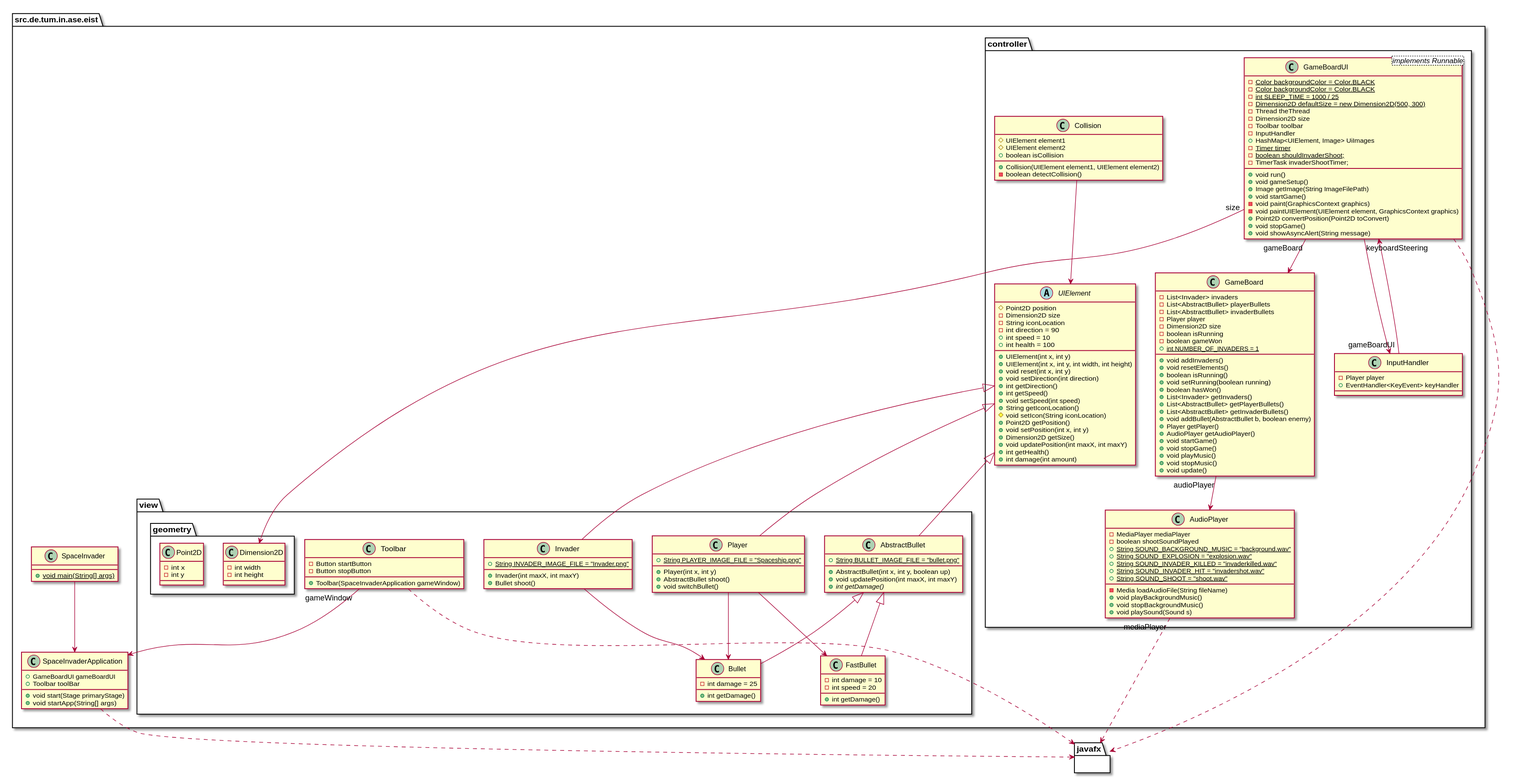
Earlier version of the PlantUML export diagrams/class_diagram/SpaceInvaderClassDiagram.svg (jannismain/tum-eist-ss20-tum-invaders). Source of this version:
```plantuml
@startuml SpaceInvaderClassDiagram

package src.de.tum.in.ase.eist {

class SpaceInvader {
  + {static} void main(String[] args)
}
class SpaceInvaderApplication {
    + GameBoardUI gameBoardUI
    + Toolbar toolBar
    + void start(Stage primaryStage)
    + void startApp(String[] args)
}
SpaceInvader --> SpaceInvaderApplication
SpaceInvaderApplication ..> javafx

package "controller" {
    class GameBoard {
        - List<Invader> invaders
        - List<AbstractBullet> playerBullets
        - List<AbstractBullet> invaderBullets
        - Player player
        - Dimension2D size
        - boolean isRunning
        - boolean gameWon
        + {static} int NUMBER_OF_INVADERS = 1
        + void addInvaders()
        + void resetElements()
        + boolean isRunning()
        + void setRunning(boolean running)
        + boolean hasWon()
        + List<Invader> getInvaders()
        + List<AbstractBullet> getPlayerBullets()
        + List<AbstractBullet> getInvaderBullets()
        + void addBullet(AbstractBullet b, boolean enemy)
        + Player getPlayer()
        + AudioPlayer getAudioPlayer()
        + void startGame()
        + void stopGame()
        + void playMusic()
        + void stopMusic()
        + void update()
    }
    GameBoard "audioPlayer" --> AudioPlayer

    class InputHandler {
        - Player player
        + EventHandler<KeyEvent> keyHandler
    }
    InputHandler "gameBoardUI" --> GameBoardUI
    class AudioPlayer {
        - MediaPlayer mediaPlayer
        - boolean shootSoundPlayed
        + {static} String SOUND_BACKGROUND_MUSIC = "background.wav"
        + {static} String SOUND_EXPLOSION = "explosion.wav"
        + {static} String SOUND_INVADER_KILLED = "invaderkilled.wav"
        + {static} String SOUND_INVADER_HIT = "invadershot.wav"
        + {static} String SOUND_SHOOT = "shoot.wav"
        - Media loadAudioFile(String fileName)
        + void playBackgroundMusic()
        + void stopBackgroundMusic()
        + void playSound(Sound s)

    }
    AudioPlayer "mediaPlayer" ..> javafx
    class Collision {
        # UIElement element1
        # UIElement element2
        + boolean isCollision
        + Collision(UIElement element1, UIElement element2)
        - boolean detectCollision()
    }
    Collision --> UIElement
}

package view {
    package geometry {
        class Dimension2D {
            - int width
            - int height
        }
        class Point2D {
            - int x
            - int y
        }
    }
    class AbstractBullet {
        + {static} String BULLET_IMAGE_FILE = "bullet.png"
        + AbstractBullet(int x, int y, boolean up)
        + void updatePosition(int maxX, int maxY)
        + {abstract} int getDamage()
    }
    class Bullet {
        - int damage = 25
        + int getDamage()
    }
    class FastBullet {
        - int damage = 10
        - int speed = 20
        + int getDamage()
    }
    class Bullet extends AbstractBullet
    class FastBullet extends AbstractBullet
    class AbstractBullet extends UIElement
    abstract class UIElement {
        # Point2D position
        - Dimension2D size
        - String iconLocation
        - int direction = 90
        + int speed = 10
        + int health = 100
        + UIElement(int x, int y)
        + UIElement(int x, int y, int width, int height)
        + void reset(int x, int y)
        + void setDirection(int direction)
        + int getDirection()
        + int getSpeed()
        + void setSpeed(int speed)
        + String getIconLocation()
        # void setIcon(String iconLocation)
        + Point2D getPosition()
        + void setPosition(int x, int y)
        + Dimension2D getSize()
        + void updatePosition(int maxX, int maxY)
        + int getHealth()
        + int damage(int amount)
    }
    class GameBoardUI <implements Runnable> {
        - {static} Color backgroundColor = Color.BLACK
        - {static} Color backgroundColor = Color.BLACK
        - {static} int SLEEP_TIME = 1000 / 25
        - {field} {static} Dimension2D defaultSize = new Dimension2D(500, 300)
        - Thread theThread
        - Dimension2D size
        - Toolbar toolbar
        - InputHandler
        + HashMap<UIElement, Image> UiImages
        - {static} Timer timer
        - {static} boolean shouldInvaderShoot;
        - TimerTask invaderShootTimer;
        + void run()
        + void gameSetup()
        + Image getImage(String ImageFilePath)
        + void startGame()
        - void paint(GraphicsContext graphics)
        - void paintUIElement(UIElement element, GraphicsContext graphics)
        + Point2D convertPosition(Point2D toConvert)
        + void stopGame()
        + void showAsyncAlert(String message)
    }
    GameBoardUI "size" --> Dimension2D
    GameBoardUI ..> javafx
    GameBoardUI "gameBoard" --> GameBoard
    GameBoardUI "keyboardSteering" --> InputHandler
    class Invader {
        + {static} String INVADER_IMAGE_FILE = "Invader.png"
        + Invader(int maxX, int maxY)
        + Bullet shoot()
    }
    class Invader extends UIElement
    Invader --> Bullet
    class Player {
        + {static} String PLAYER_IMAGE_FILE = "Spaceship.png"
        + Player(int x, int y)
        + AbstractBullet shoot()
        + void switchBullet()
    }
    class Player extends UIElement
    Player --> Bullet
    Player --> FastBullet
    class Toolbar {
        - Button startButton
        - Button stopButton
        + Toolbar(SpaceInvaderApplication gameWindow)
    }
    Toolbar "gameWindow" --> SpaceInvaderApplication
    Toolbar ..> javafx

}

}
package javafx {}

@enduml
```
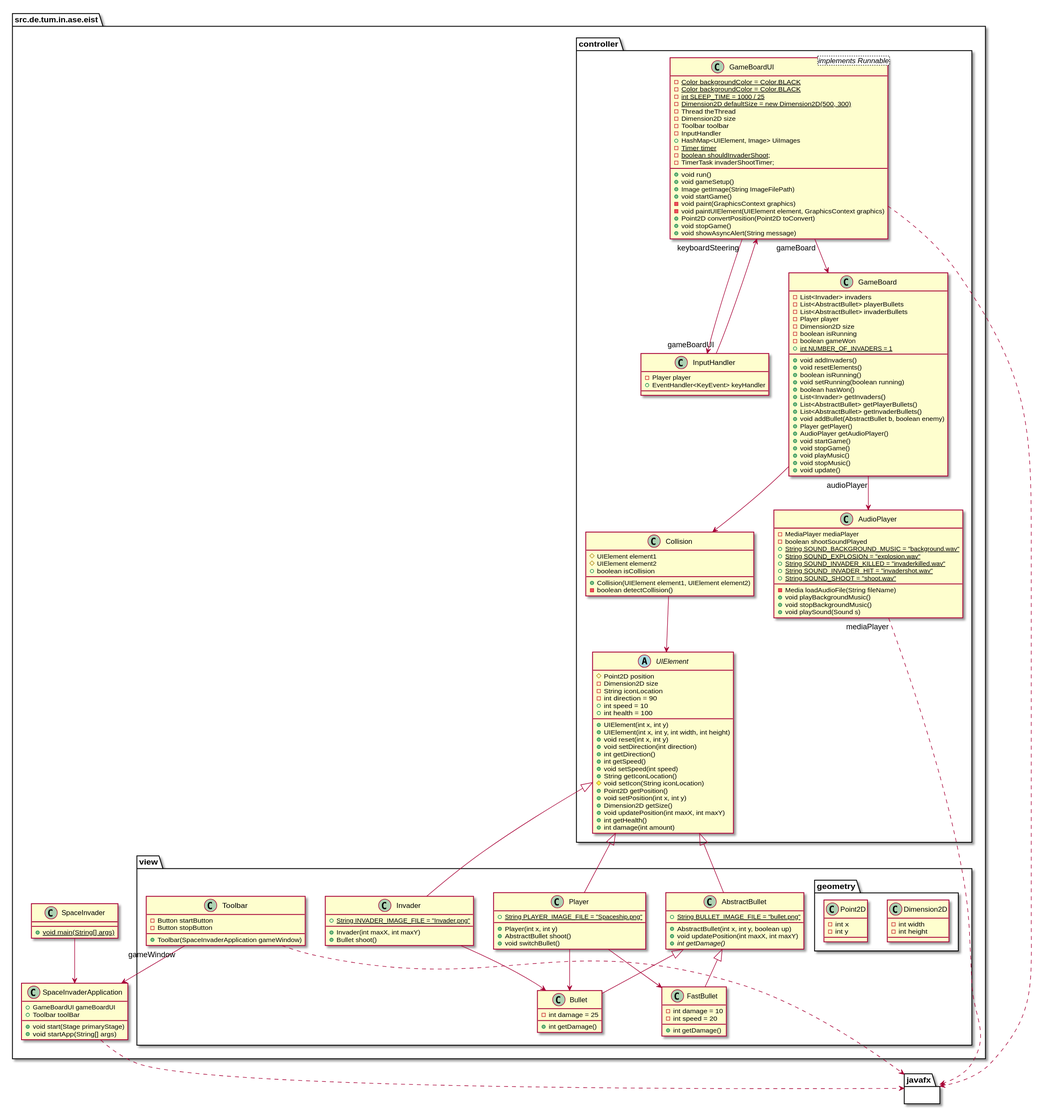
The same file after the commit.

Commit message:
update class diagram

add note for missing references

Diff of the diagram source:
```diff
@@ -42,6 +42,7 @@
         + void update()
     }
     GameBoard "audioPlayer" --> AudioPlayer
+    GameBoard  --> Collision
 
     class InputHandler {
         - Player player
@@ -148,7 +149,6 @@
         + void stopGame()
         + void showAsyncAlert(String message)
     }
-    GameBoardUI "size" --> Dimension2D
     GameBoardUI ..> javafx
     GameBoardUI "gameBoard" --> GameBoard
     GameBoardUI "keyboardSteering" --> InputHandler
```
